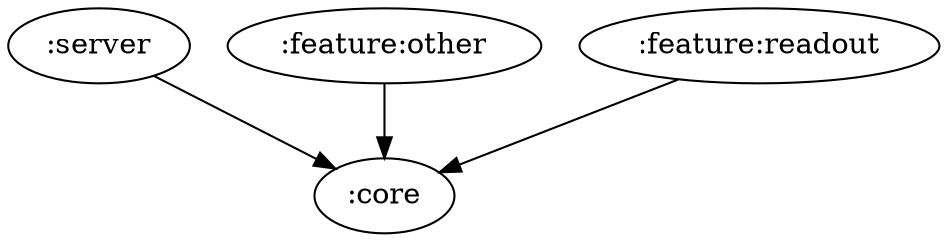
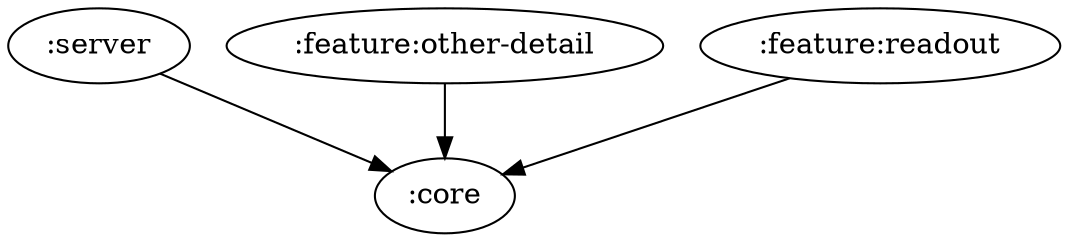
digraph G {
  ":server" -> ":core"
-   ":feature:other" -> ":core"
+   ":feature:other-detail" -> ":core"
  ":feature:readout" -> ":core"
- }+ }
